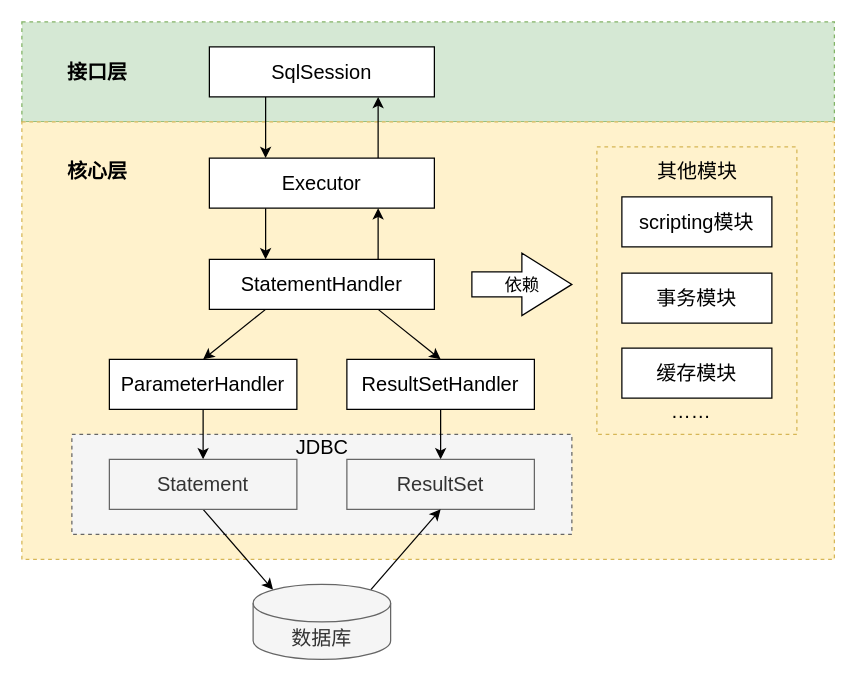
The draw.io diagram MyBatis执行流程.drawio in watermoonlx/drawio, before the edit. Source tidied: cells renumbered, new cells numbered last; positions are measured from the earlier drawing's top-left corner, leaving out a move shared by most shapes. Both pictures are drawn from the tidied source at 125%, with x=0, y=0 at pixel (21, 21).
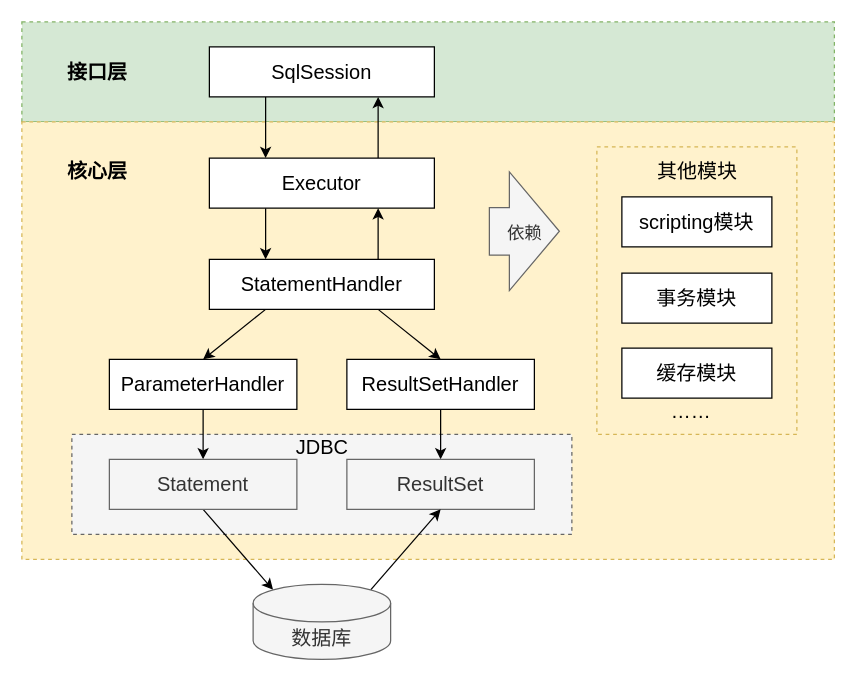
The same diagram, later.

The edit, as a diff of the source:
```diff
@@
-    <mxCell id="32" value="&lt;font style=&quot;font-size: 14px&quot;&gt;依赖&lt;/font&gt;" style="html=1;shadow=0;dashed=0;align=center;verticalAlign=middle;shape=mxgraph.arrows2.arrow;dy=0.6;dx=40;notch=0;fontSize=16;" parent="1" vertex="1">
-      <mxGeometry x="360" y="185" width="80" height="50" as="geometry" />
+    <mxCell id="32" value="&lt;font style=&quot;font-size: 14px&quot;&gt;依赖&lt;/font&gt;" style="html=1;shadow=0;dashed=0;align=center;verticalAlign=middle;shape=mxgraph.arrows2.arrow;dy=0.6;dx=40;notch=0;fontSize=16;fillColor=#f5f5f5;strokeColor=#666666;fontColor=#333333;" parent="1" vertex="1">
+      <mxGeometry x="374" y="120" width="56" height="95" as="geometry" />
     </mxCell>
```
